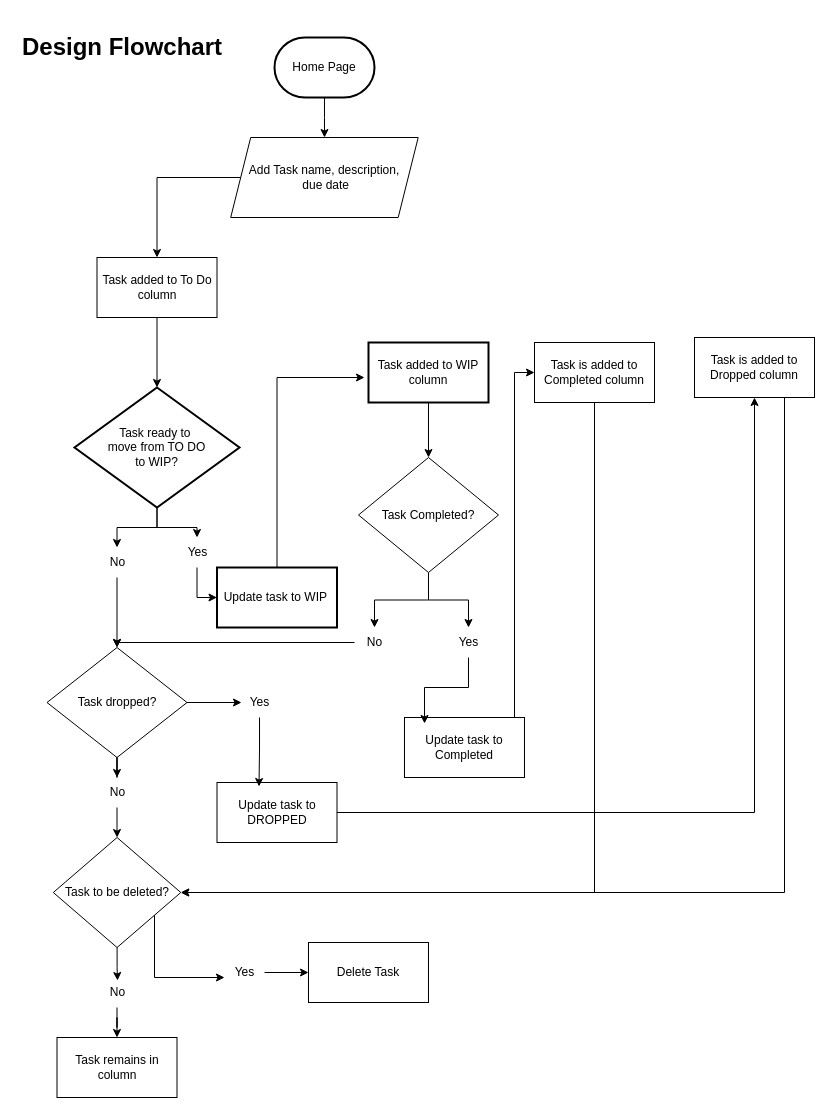
Before: Untitled Diagram.drawio in prahdigy/CPSC-362-Group-7-Task-Management-System-, a draw.io diagram. Source tidied: cells renumbered, new cells numbered last; positions are measured from the earlier drawing's top-left corner, leaving out a move shared by most shapes. Both pictures are drawn from the tidied source at 100%, with x=0, y=0 at pixel (16, 27).
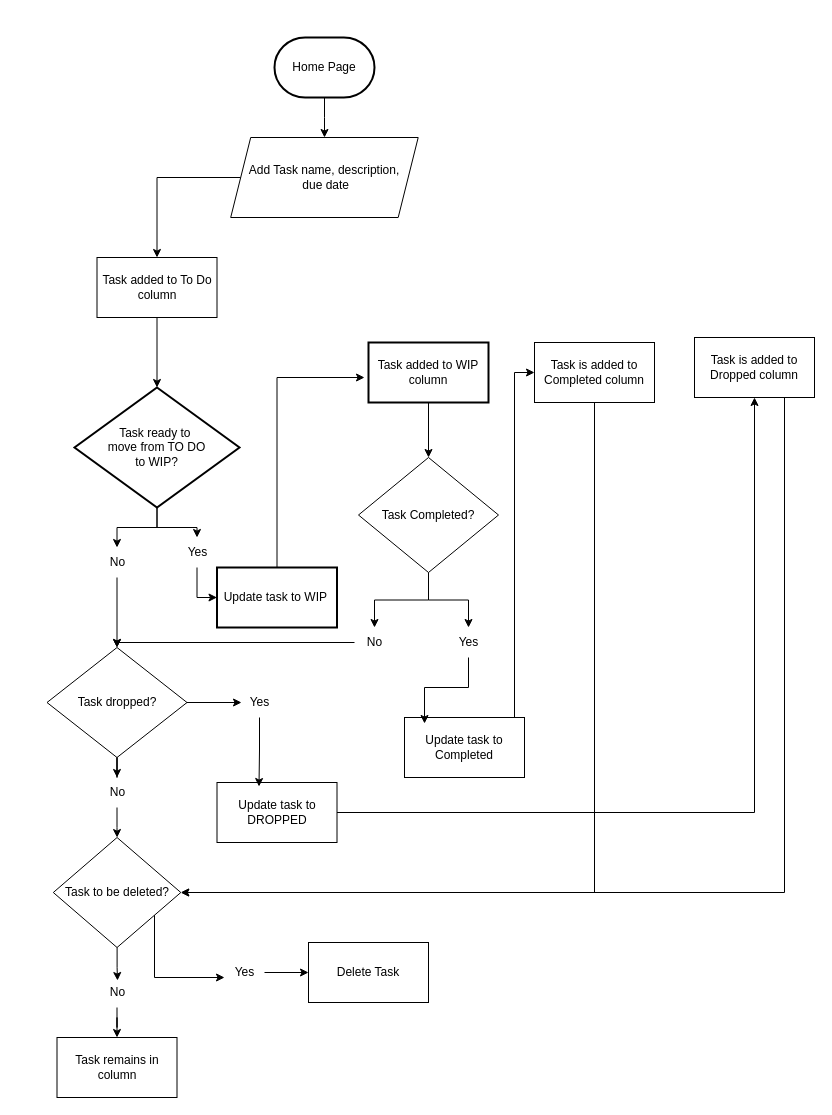
Above is the later version.

What changed in the source:
```diff
@@
-    <mxCell id="2" value="&lt;h1&gt;Design Flowchart&lt;/h1&gt;&lt;p&gt;&lt;br&gt;&lt;/p&gt;" style="text;html=1;spacing=5;spacingTop=-20;whiteSpace=wrap;overflow=hidden;rounded=0;" parent="1" vertex="1">
-      <mxGeometry x="0.5" width="280" height="40" as="geometry" />
-    </mxCell>
```
